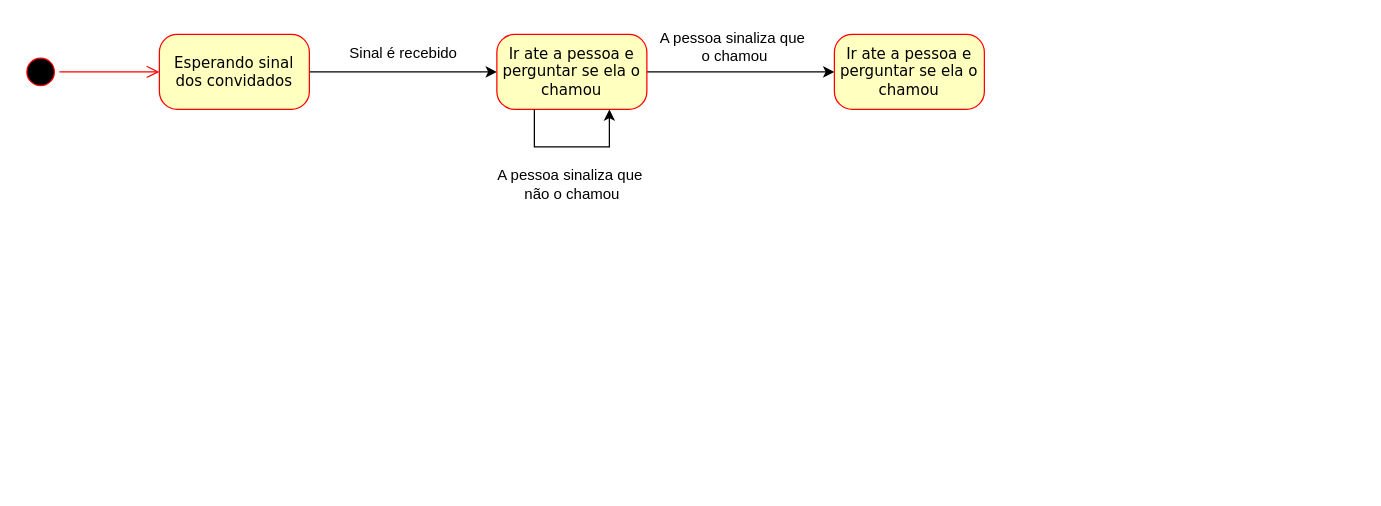
Before: Untitled Diagram.drawio in ArtOliRib/LP1_Lista_2, a draw.io diagram. Source tidied: cells renumbered, new cells numbered last; positions are measured from the earlier drawing's top-left corner, leaving out a move shared by most shapes. Both pictures are drawn from the tidied source at 125%, with x=0, y=0 at pixel (21, 21).
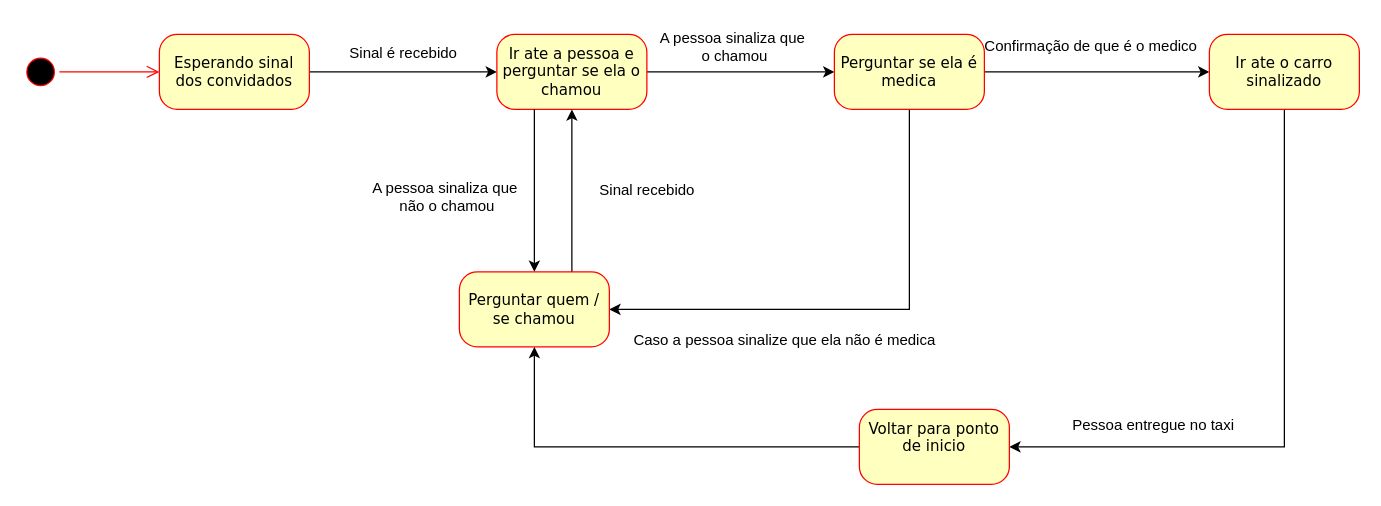
Above is the later version.

Unchanged cells that the change refers to:
```xml
<mxCell id="5" value="Ir ate a pessoa e perguntar se ela o chamou" style="rounded=1;whiteSpace=wrap;html=1;arcSize=24;fillColor=#ffffc0;strokeColor=#ff0000;shadow=0;comic=0;labelBackgroundColor=none;fontFamily=Verdana;fontSize=12;fontColor=#000000;align=center;" parent="1" vertex="1">
  <mxGeometry x="380" y="10" width="120" height="60" as="geometry" />
</mxCell>
```

What changed in the source:
```diff
@@
-    <mxCell id="4" style="edgeStyle=orthogonalEdgeStyle;rounded=0;jettySize=auto;html=1;exitX=1;exitY=0.5;exitDx=0;exitDy=0;" parent="1" edge="1" source="5" target="11">
-      <mxGeometry relative="1" as="geometry" />
+    <mxCell id="4" style="edgeStyle=orthogonalEdgeStyle;rounded=0;jettySize=auto;html=1;exitX=1;exitY=0.5;exitDx=0;exitDy=0;" parent="1" edge="1" source="5">
+      <mxGeometry relative="1" as="geometry">
+        <mxPoint x="650" y="40" as="targetPoint" />
+      </mxGeometry>
     </mxCell>
@@
-    <mxCell id="9" style="edgeStyle=orthogonalEdgeStyle;rounded=0;orthogonalLoop=1;jettySize=auto;html=1;exitX=0.25;exitY=1;exitDx=0;exitDy=0;entryX=0.75;entryY=1;entryDx=0;entryDy=0;" parent="1" edge="1" source="5" target="5">
+    <mxCell id="9" style="edgeStyle=orthogonalEdgeStyle;rounded=0;jettySize=auto;html=1;exitX=0.25;exitY=1;exitDx=0;exitDy=0;entryX=0.5;entryY=0;entryDx=0;entryDy=0;" parent="1" edge="1" source="5" target="17">
       <mxGeometry relative="1" as="geometry">
         <Array as="points">
-          <mxPoint x="450" y="100" />
-          <mxPoint x="510" y="100" />
+          <mxPoint x="410" y="170" />
         </Array>
       </mxGeometry>
     </mxCell>
     <mxCell id="10" value="&lt;div&gt;A pessoa sinaliza que&amp;nbsp;&lt;/div&gt;&lt;div&gt;não o chamou&lt;/div&gt;" style="text;html=1;align=center;verticalAlign=middle;strokeColor=none;fillColor=none;" parent="1" vertex="1">
-      <mxGeometry x="370" y="110" width="140" height="40" as="geometry" />
+      <mxGeometry x="270" y="120" width="140" height="40" as="geometry" />
     </mxCell>
+    <mxCell id="13" style="edgeStyle=orthogonalEdgeStyle;rounded=0;jettySize=auto;html=1;exitX=0.5;exitY=1;exitDx=0;exitDy=0;entryX=1;entryY=0.5;entryDx=0;entryDy=0;" parent="1" edge="1" target="17">
+      <mxGeometry relative="1" as="geometry">
+        <mxPoint x="710" y="70" as="sourcePoint" />
+        <Array as="points">
+          <mxPoint x="710" y="230" />
+        </Array>
+      </mxGeometry>
+    </mxCell>
+    <mxCell id="14" style="edgeStyle=orthogonalEdgeStyle;rounded=0;jettySize=auto;html=1;exitX=1;exitY=0.5;exitDx=0;exitDy=0;entryX=0;entryY=0.5;entryDx=0;entryDy=0;" parent="1" edge="1" source="11" target="20">
+      <mxGeometry relative="1" as="geometry" />
+    </mxCell>
-    <mxCell id="11" value="Ir ate a pessoa e perguntar se ela o chamou" style="rounded=1;whiteSpace=wrap;html=1;arcSize=24;fillColor=#ffffc0;strokeColor=#ff0000;shadow=0;comic=0;labelBackgroundColor=none;fontFamily=Verdana;fontSize=12;fontColor=#000000;align=center;" parent="1" vertex="1">
+    <mxCell id="11" value="&lt;div&gt;Perguntar se ela é medica&lt;/div&gt;" style="rounded=1;whiteSpace=wrap;html=1;arcSize=24;fillColor=#ffffc0;strokeColor=#ff0000;shadow=0;comic=0;labelBackgroundColor=none;fontFamily=Verdana;fontSize=12;fontColor=#000000;align=center;" parent="1" vertex="1">
       <mxGeometry x="650" y="10" width="120" height="60" as="geometry" />
     </mxCell>
@@
+    <mxCell id="15" value="&lt;div&gt;Caso a pessoa sinalize que ela não é medica&lt;/div&gt;" style="text;html=1;align=center;verticalAlign=middle;strokeColor=none;fillColor=none;" parent="1" vertex="1">
+      <mxGeometry x="480" y="240" width="260" height="30" as="geometry" />
+    </mxCell>
+    <mxCell id="16" style="edgeStyle=orthogonalEdgeStyle;rounded=0;jettySize=auto;html=1;exitX=0.75;exitY=0;exitDx=0;exitDy=0;entryX=0.5;entryY=1;entryDx=0;entryDy=0;" parent="1" edge="1" source="17" target="5">
+      <mxGeometry relative="1" as="geometry" />
+    </mxCell>
+    <mxCell id="17" value="&lt;div&gt;Perguntar quem / se chamou&lt;/div&gt;" style="rounded=1;whiteSpace=wrap;html=1;arcSize=24;fillColor=#ffffc0;strokeColor=#ff0000;shadow=0;comic=0;labelBackgroundColor=none;fontFamily=Verdana;fontSize=12;fontColor=#000000;align=center;" parent="1" vertex="1">
+      <mxGeometry x="350" y="200" width="120" height="60" as="geometry" />
+    </mxCell>
+    <mxCell id="18" value="&lt;div&gt;Sinal recebido&lt;/div&gt;" style="text;html=1;align=center;verticalAlign=middle;strokeColor=none;fillColor=none;" parent="1" vertex="1">
+      <mxGeometry x="450" y="120" width="100" height="30" as="geometry" />
+    </mxCell>
+    <mxCell id="19" style="edgeStyle=orthogonalEdgeStyle;rounded=0;jettySize=auto;html=1;exitX=0.5;exitY=1;exitDx=0;exitDy=0;entryX=1;entryY=0.5;entryDx=0;entryDy=0;" parent="1" edge="1" source="20" target="23">
+      <mxGeometry relative="1" as="geometry" />
+    </mxCell>
+    <mxCell id="20" value="&lt;div&gt;Ir ate o carro sinalizado&lt;/div&gt;" style="rounded=1;whiteSpace=wrap;html=1;arcSize=24;fillColor=#ffffc0;strokeColor=#ff0000;shadow=0;comic=0;labelBackgroundColor=none;fontFamily=Verdana;fontSize=12;fontColor=#000000;align=center;" parent="1" vertex="1">
+      <mxGeometry x="950" y="10" width="120" height="60" as="geometry" />
+    </mxCell>
+    <mxCell id="21" value="&lt;div&gt;Confirmação de que é o medico&lt;/div&gt;" style="text;html=1;align=center;verticalAlign=middle;strokeColor=none;fillColor=none;" parent="1" vertex="1">
+      <mxGeometry x="760" y="5" width="190" height="30" as="geometry" />
+    </mxCell>
+    <mxCell id="22" style="edgeStyle=orthogonalEdgeStyle;rounded=0;jettySize=auto;html=1;exitX=0;exitY=0.5;exitDx=0;exitDy=0;entryX=0.5;entryY=1;entryDx=0;entryDy=0;" parent="1" edge="1" source="23" target="17">
+      <mxGeometry relative="1" as="geometry" />
+    </mxCell>
+    <mxCell id="23" value="&lt;div&gt;Voltar para ponto de inicio&lt;/div&gt;&lt;div&gt;&lt;br&gt;&lt;/div&gt;" style="rounded=1;whiteSpace=wrap;html=1;arcSize=24;fillColor=#ffffc0;strokeColor=#ff0000;shadow=0;comic=0;labelBackgroundColor=none;fontFamily=Verdana;fontSize=12;fontColor=#000000;align=center;" parent="1" vertex="1">
+      <mxGeometry x="670" y="310" width="120" height="60" as="geometry" />
+    </mxCell>
+    <mxCell id="24" value="&lt;div&gt;Pessoa entregue no taxi&lt;/div&gt;&lt;div&gt;&lt;br&gt;&lt;/div&gt;" style="text;html=1;align=center;verticalAlign=middle;strokeColor=none;fillColor=none;" parent="1" vertex="1">
+      <mxGeometry x="830" y="310" width="150" height="40" as="geometry" />
+    </mxCell>
```
